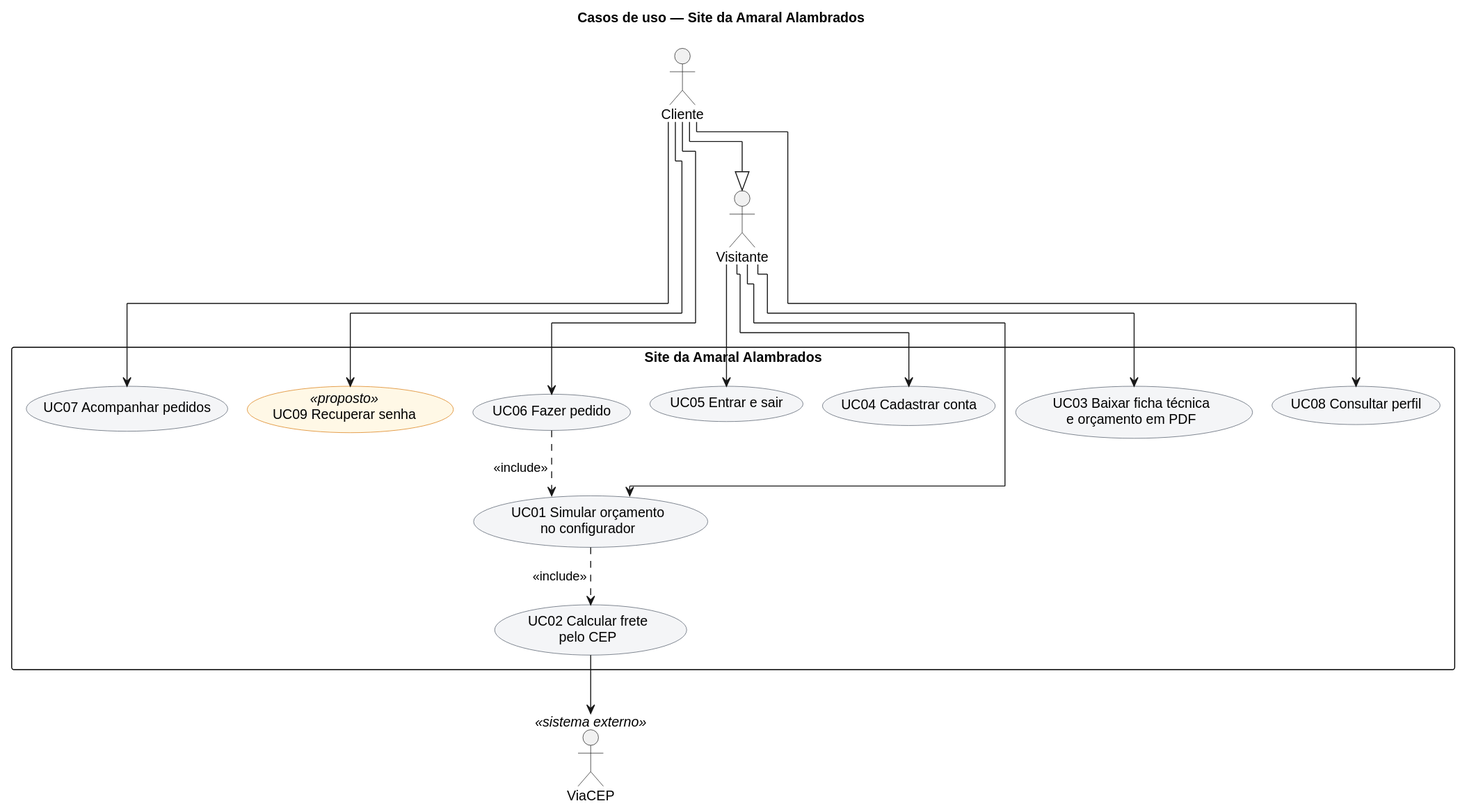
Before: docs/diagramas/casos-de-uso-uml-site.svg, a diagram exported from PlantUML (dannnpereira/ProGest).
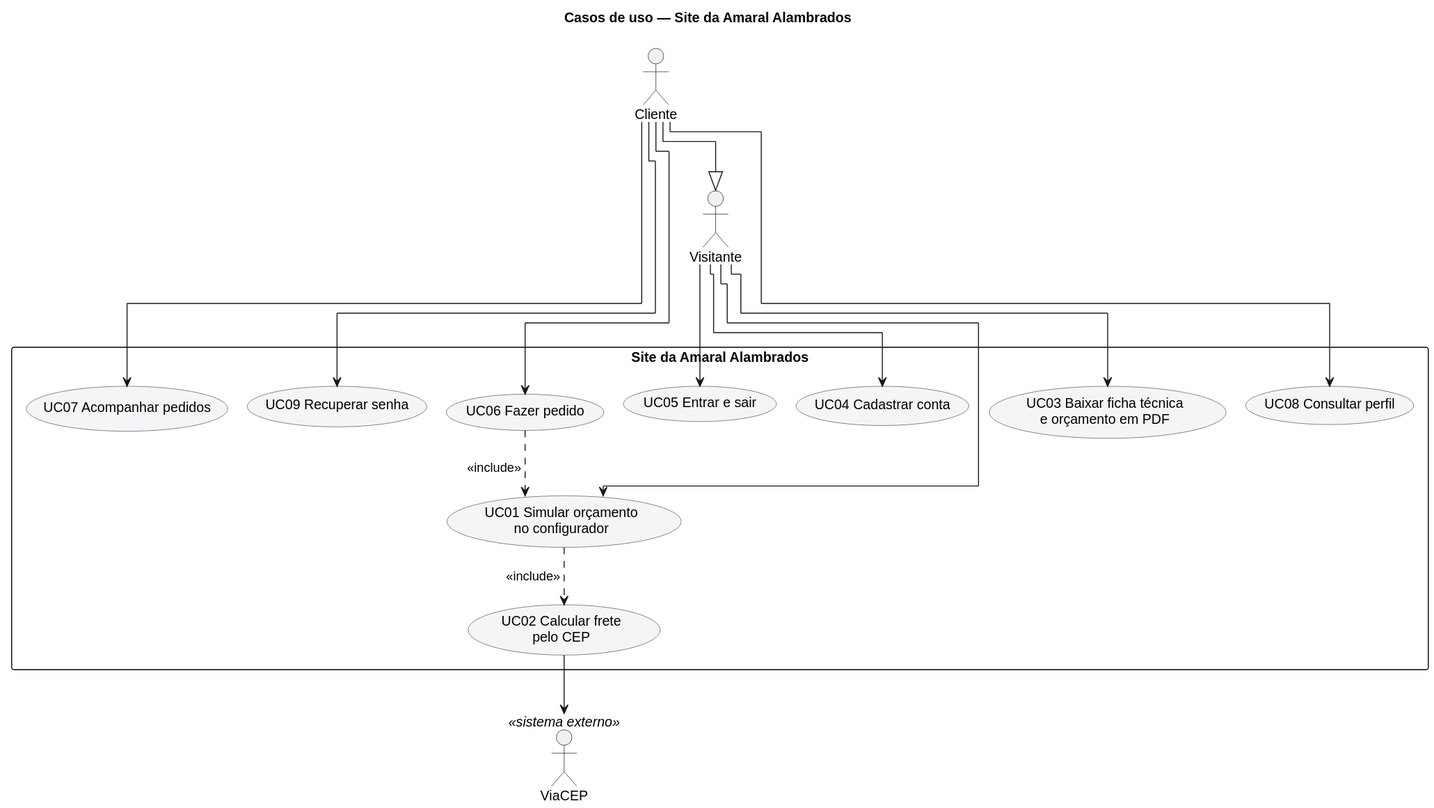
After the change.

Diff of the diagram source:
```diff
@@ -26,7 +26,7 @@
   usecase "UC06 Fazer pedido" as UC06
   usecase "UC07 Acompanhar pedidos" as UC07
   usecase "UC08 Consultar perfil" as UC08
-  usecase "UC09 Recuperar senha" as UC09 <<proposto>>
+  usecase "UC09 Recuperar senha" as UC09
 }
 
 Visitante --> UC01
```
